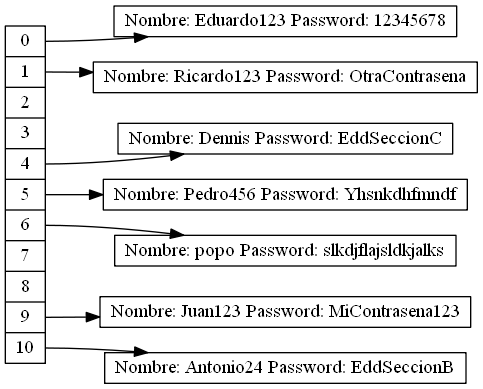
This is Proyecto2/HashTable.png from Eduardo01004/EDD_2S2019_PY2_201612124, a Graphviz export, as it was before one commit. Its source is kept beside it as Proyecto2/HashTable.dot.
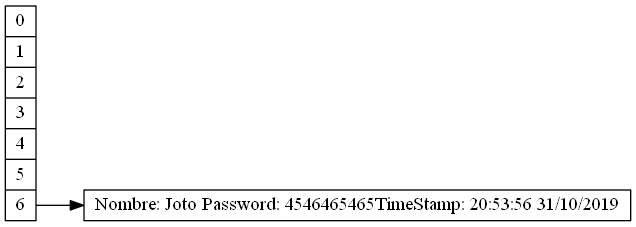
Later version of the same file.

What changed in the source:
```diff
@@ -7,23 +7,7 @@
 <f3> 3 |
 <f4> 4 |
 <f5> 5 |
-<f6> 6 |
-<f7> 7 |
-<f8> 8 |
-<f9> 9 |
-<f10> 10"];
-nodoEduardo123 [label= "Nombre: Eduardo123 Password: 12345678"];
-"nodeTable":f0 -> nodoEduardo123
-nodoRicardo123 [label= "Nombre: Ricardo123 Password: OtraContrasena"];
-"nodeTable":f1 -> nodoRicardo123
-nodoDennis [label= "Nombre: Dennis Password: EddSeccionC"];
-"nodeTable":f4 -> nodoDennis
-nodoPedro456 [label= "Nombre: Pedro456 Password: Yhsnkdhfmndf"];
-"nodeTable":f5 -> nodoPedro456
-nodopopo [label= "Nombre: popo Password: slkdjflajsldkjalks"];
-"nodeTable":f6 -> nodopopo
-nodoJuan123 [label= "Nombre: Juan123 Password: MiContrasena123"];
-"nodeTable":f9 -> nodoJuan123
-nodoAntonio24 [label= "Nombre: Antonio24 Password: EddSeccionB"];
-"nodeTable":f10 -> nodoAntonio24
+<f6> 6"];
+nodoJoto [label= "Nombre: Joto Password: 4546465465TimeStamp: 20:53:56 31/10/2019"];
+"nodeTable":f6 -> nodoJoto
 }
```
